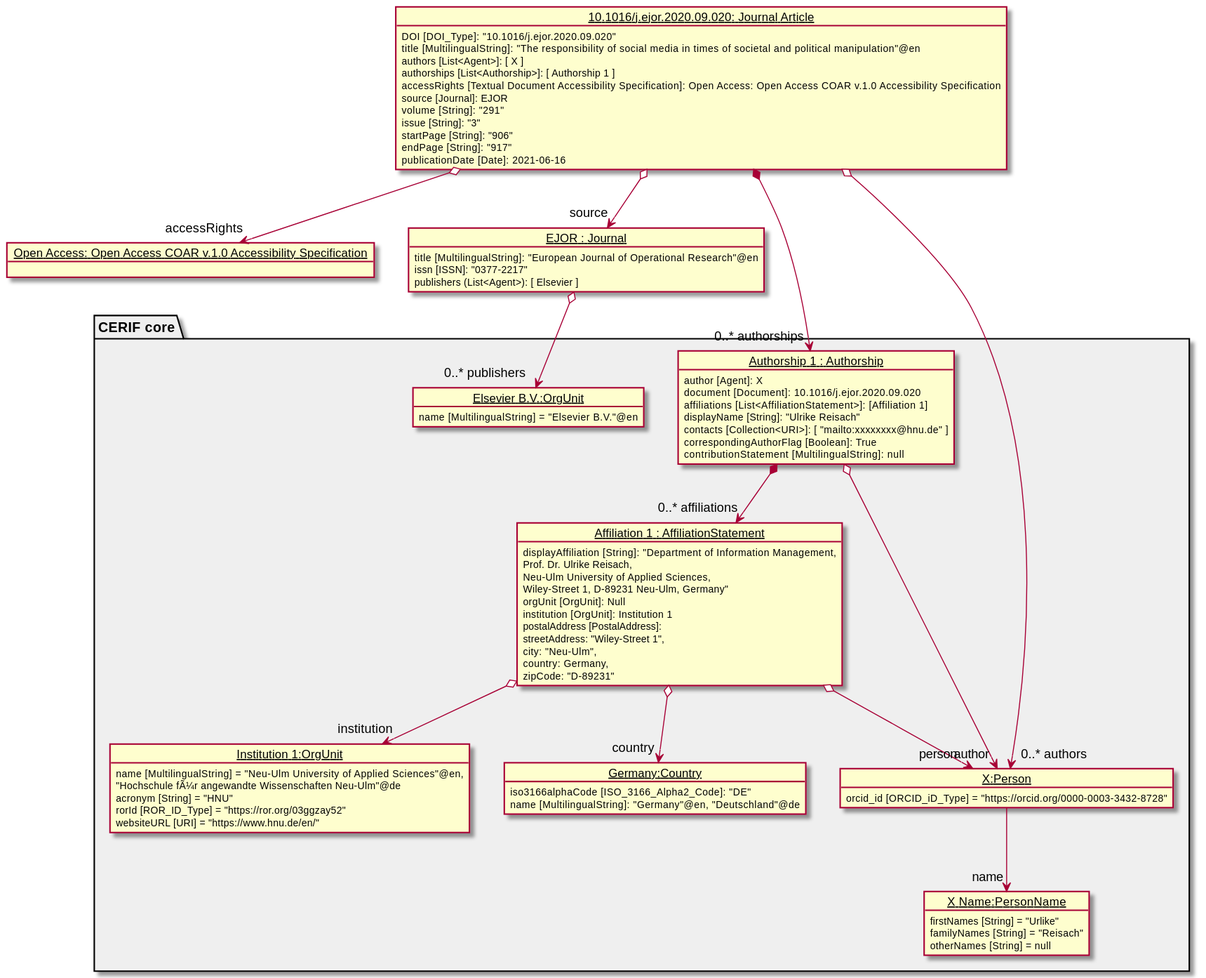
The PlantUML diagram diagrams/example.svg in EuroCRIS/CERIF-ScholarlyPublicationsModule, before a commit. The source it was exported from:
```plantuml
@startuml

package "CERIF core" #EFEFEF{
    !include ./coreExample.puml
}
    object "<u>Open Access: Open Access COAR v.1.0 Accessibility Specification</u>" as OpenAccess

     object "<u>EJOR : Journal</u>" as journalEJOR {
                title [MultilingualString]: "European Journal of Operational Research"@en
                issn [ISSN]: "0377-2217"
                publishers (List<Agent>): [ Elsevier ]
            }

    object "<u>10.1016/j.ejor.2020.09.020: Journal Article</u>" as article09020 {
        	    DOI [DOI_Type]: "10.1016/j.ejor.2020.09.020"
                title [MultilingualString]: "The responsibility of social media in times of societal and political manipulation"@en
                authors [List<Agent>]: [ X ]
                authorships [List<Authorship>]: [ Authorship 1 ]
                accessRights [Textual Document Accessibility Specification]: Open Access: Open Access COAR v.1.0 Accessibility Specification
                source [Journal]: EJOR
                volume [String]: "291"
                issue [String]: "3"
                startPage [String]: "906"
                endPage [String]: "917"
                publicationDate [Date]: 2021-06-16
        	}


    journalEJOR o-->  "0..* publishers" Elsevier
    article09020 o--> "source" journalEJOR
    article09020 o--> "accessRights" OpenAccess
    article09020 *--> "0..* authorships" Aut1
    article09020 o--> "0..* authors" X

@enduml
```
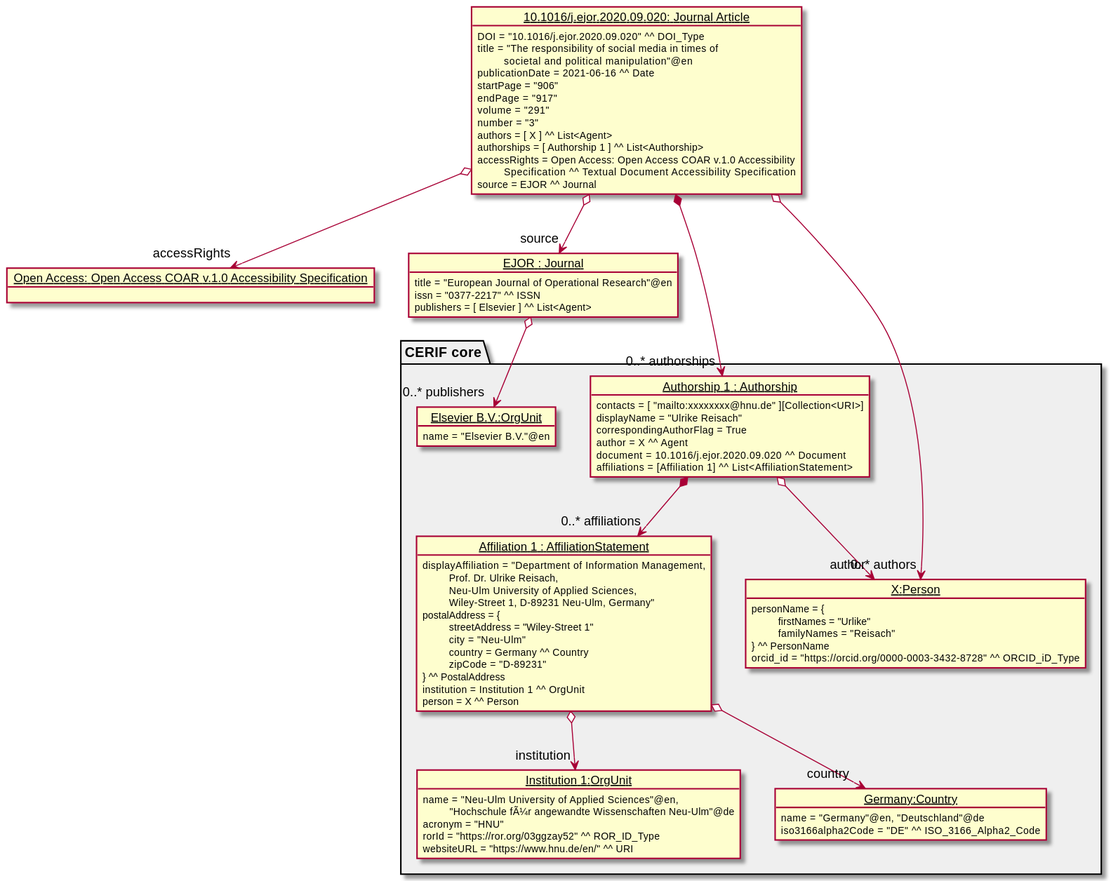
The same diagram one commit later.

What changed in the source:
```diff
@@ -6,23 +6,25 @@
     object "<u>Open Access: Open Access COAR v.1.0 Accessibility Specification</u>" as OpenAccess
 
      object "<u>EJOR : Journal</u>" as journalEJOR {
-                title [MultilingualString]: "European Journal of Operational Research"@en
-                issn [ISSN]: "0377-2217"
-                publishers (List<Agent>): [ Elsevier ]
+                title = "European Journal of Operational Research"@en
+                issn = "0377-2217" ^^ ISSN
+                publishers = [ Elsevier ] ^^ List<Agent>
             }
 
     object "<u>10.1016/j.ejor.2020.09.020: Journal Article</u>" as article09020 {
-        	    DOI [DOI_Type]: "10.1016/j.ejor.2020.09.020"
-                title [MultilingualString]: "The responsibility of social media in times of societal and political manipulation"@en
-                authors [List<Agent>]: [ X ]
-                authorships [List<Authorship>]: [ Authorship 1 ]
-                accessRights [Textual Document Accessibility Specification]: Open Access: Open Access COAR v.1.0 Accessibility Specification
-                source [Journal]: EJOR
-                volume [String]: "291"
-                issue [String]: "3"
-                startPage [String]: "906"
-                endPage [String]: "917"
-                publicationDate [Date]: 2021-06-16
+        	    DOI = "10.1016/j.ejor.2020.09.020" ^^ DOI_Type
+                title = "The responsibility of social media in times of
+                \t societal and political manipulation"@en
+                publicationDate = 2021-06-16 ^^ Date
+                startPage = "906"
+                endPage = "917"
+                volume = "291"
+                number = "3"
+                authors = [ X ] ^^ List<Agent>
+                authorships = [ Authorship 1 ] ^^ List<Authorship>
+                accessRights = Open Access: Open Access COAR v.1.0 Accessibility
+                \t Specification ^^ Textual Document Accessibility Specification
+                source = EJOR ^^ Journal
         	}
 
 
```
